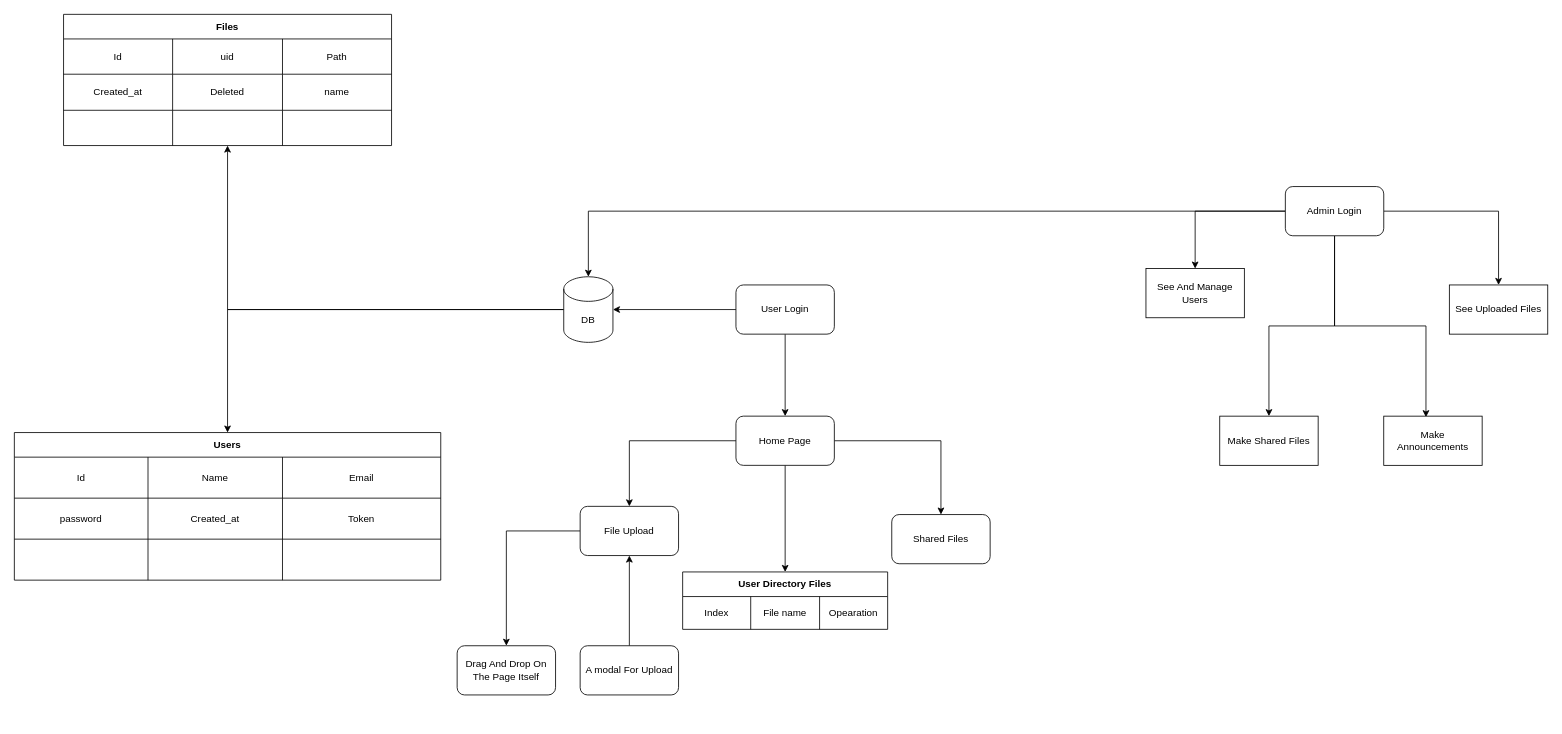
This is Untitled Diagram.drawio from KareemEl-Giushy/Diagrams, a draw.io file, before an edit. Source tidied: cells renumbered, new cells numbered last; positions are measured from the earlier drawing's top-left corner, leaving out a move shared by most shapes. Both pictures are drawn from the tidied source at 82%, with x=0, y=0 at pixel (14, 14).
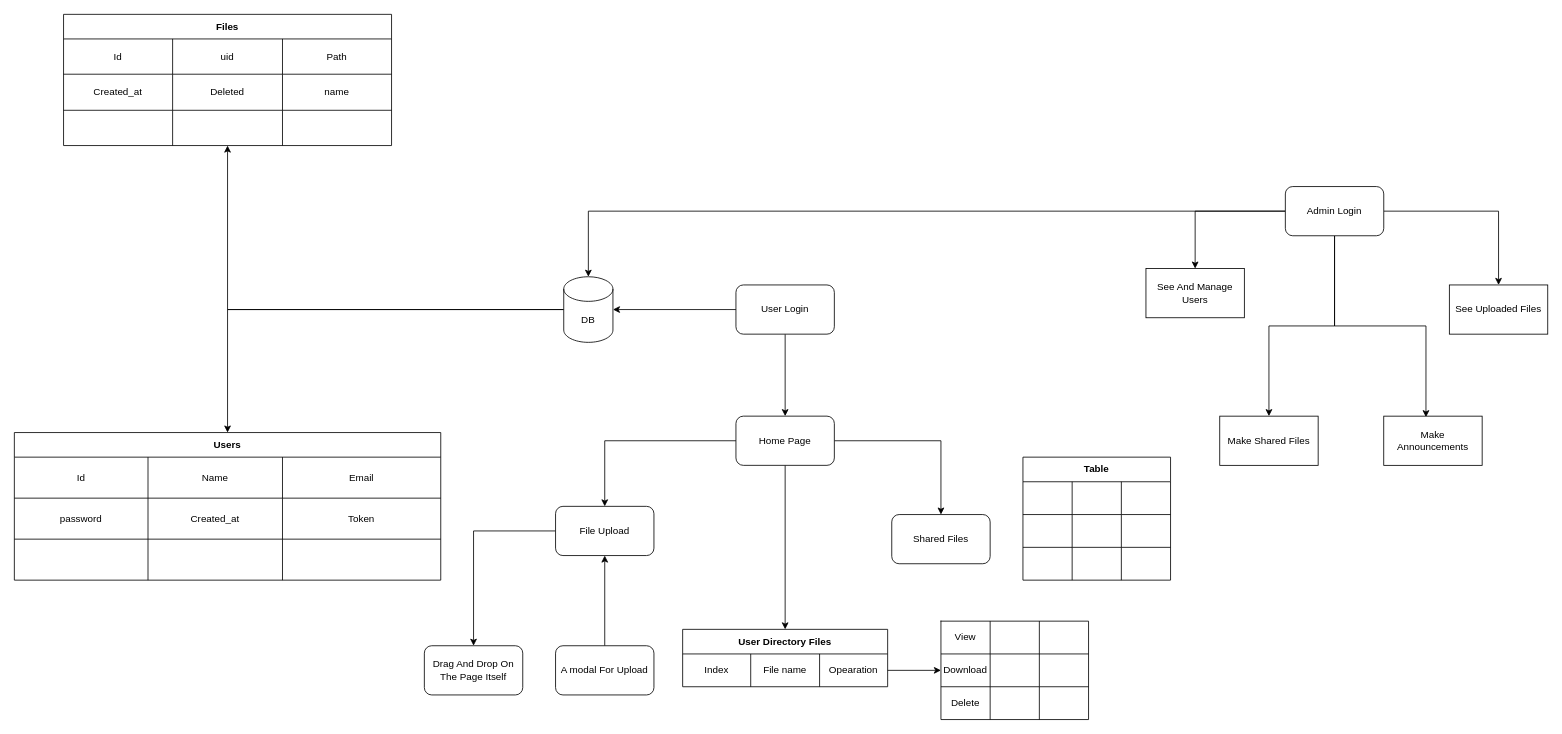
Above is the later version.

The change refers to these unchanged cells:
```xml
<mxCell id="52" style="shape=partialRectangle;html=1;whiteSpace=wrap;fillColor=none;top=0;left=0;bottom=0;right=0;points=[[0,0.5],[1,0.5]];portConstraint=eastwest;" parent="51" vertex="1">
  <mxGeometry y="30" width="250" height="40" as="geometry" />
</mxCell>
```

The edit, as a diff of the source:
```diff
@@
     <mxCell id="13" value="File Upload" style="rounded=1;whiteSpace=wrap;html=1;" parent="1" vertex="1">
-      <mxGeometry x="690" y="600" width="120" height="60" as="geometry" />
+      <mxGeometry x="660" y="600" width="120" height="60" as="geometry" />
     </mxCell>
@@
     <mxCell id="51" value="User Directory Files" style="shape=table;html=1;whiteSpace=wrap;startSize=30;childLayout=tableLayout;fontStyle=1;align=center;" parent="1" vertex="1">
-      <mxGeometry x="815" y="680" width="250" height="70" as="geometry" />
+      <mxGeometry x="815" y="750" width="250" height="70" as="geometry" />
     </mxCell>
@@
     <mxCell id="56" value="Drag And Drop On The Page Itself" style="rounded=1;whiteSpace=wrap;html=1;" parent="1" vertex="1">
-      <mxGeometry x="540" y="770" width="120" height="60" as="geometry" />
+      <mxGeometry x="500" y="770" width="120" height="60" as="geometry" />
     </mxCell>
@@
     <mxCell id="58" value="A modal For Upload" style="rounded=1;whiteSpace=wrap;html=1;" parent="1" vertex="1">
-      <mxGeometry x="690" y="770" width="120" height="60" as="geometry" />
+      <mxGeometry x="660" y="770" width="120" height="60" as="geometry" />
     </mxCell>
+    <mxCell id="59" style="edgeStyle=orthogonalEdgeStyle;rounded=0;jettySize=auto;html=1;entryX=0;entryY=0.5;entryDx=0;entryDy=0;" parent="1" edge="1" source="52" target="65">
+      <mxGeometry relative="1" as="geometry" />
+    </mxCell>
+    <mxCell id="60" style="shape=table;html=1;whiteSpace=wrap;startSize=0;childLayout=tableLayout;" parent="1" vertex="1">
+      <mxGeometry x="1130" y="740" width="180" height="120" as="geometry" />
+    </mxCell>
+    <mxCell id="61" style="shape=partialRectangle;html=1;whiteSpace=wrap;fillColor=none;top=0;left=0;bottom=0;right=0;" parent="60" vertex="1">
+      <mxGeometry width="180" height="40" as="geometry" />
+    </mxCell>
+    <mxCell id="62" value="View" style="shape=partialRectangle;html=1;whiteSpace=wrap;fillColor=none;top=0;left=0;bottom=0;right=0;overflow=hidden;" parent="61" vertex="1">
+      <mxGeometry width="60" height="40" as="geometry" />
+    </mxCell>
+    <mxCell id="63" style="shape=partialRectangle;html=1;whiteSpace=wrap;fillColor=none;top=0;left=0;bottom=0;right=0;overflow=hidden;" parent="61" vertex="1">
+      <mxGeometry x="60" width="60" height="40" as="geometry" />
+    </mxCell>
+    <mxCell id="64" style="shape=partialRectangle;html=1;whiteSpace=wrap;fillColor=none;top=0;left=0;bottom=0;right=0;overflow=hidden;" parent="61" vertex="1">
+      <mxGeometry x="120" width="60" height="40" as="geometry" />
+    </mxCell>
+    <mxCell id="65" style="shape=partialRectangle;html=1;whiteSpace=wrap;fillColor=none;top=0;left=0;bottom=0;right=0;points=[[0,0.5],[1,0.5]];portConstraint=eastwest;" parent="60" vertex="1">
+      <mxGeometry y="40" width="180" height="40" as="geometry" />
+    </mxCell>
+    <mxCell id="66" value="Download" style="shape=partialRectangle;html=1;whiteSpace=wrap;fillColor=none;top=0;left=0;bottom=0;right=0;overflow=hidden;" parent="65" vertex="1">
+      <mxGeometry width="60" height="40" as="geometry" />
+    </mxCell>
+    <mxCell id="67" style="shape=partialRectangle;html=1;whiteSpace=wrap;fillColor=none;top=0;left=0;bottom=0;right=0;overflow=hidden;" parent="65" vertex="1">
+      <mxGeometry x="60" width="60" height="40" as="geometry" />
+    </mxCell>
+    <mxCell id="68" style="shape=partialRectangle;html=1;whiteSpace=wrap;fillColor=none;top=0;left=0;bottom=0;right=0;overflow=hidden;" parent="65" vertex="1">
+      <mxGeometry x="120" width="60" height="40" as="geometry" />
+    </mxCell>
+    <mxCell id="69" style="shape=partialRectangle;html=1;whiteSpace=wrap;fillColor=none;top=0;left=0;bottom=0;right=0;" parent="60" vertex="1">
+      <mxGeometry y="80" width="180" height="40" as="geometry" />
+    </mxCell>
+    <mxCell id="70" value="Delete" style="shape=partialRectangle;html=1;whiteSpace=wrap;fillColor=none;top=0;left=0;bottom=0;right=0;overflow=hidden;" parent="69" vertex="1">
+      <mxGeometry width="60" height="40" as="geometry" />
+    </mxCell>
+    <mxCell id="71" style="shape=partialRectangle;html=1;whiteSpace=wrap;fillColor=none;top=0;left=0;bottom=0;right=0;overflow=hidden;" parent="69" vertex="1">
+      <mxGeometry x="60" width="60" height="40" as="geometry" />
+    </mxCell>
+    <mxCell id="72" style="shape=partialRectangle;html=1;whiteSpace=wrap;fillColor=none;top=0;left=0;bottom=0;right=0;overflow=hidden;" parent="69" vertex="1">
+      <mxGeometry x="120" width="60" height="40" as="geometry" />
+    </mxCell>
+    <mxCell id="73" value="Table" style="shape=table;html=1;whiteSpace=wrap;startSize=30;childLayout=tableLayout;fontStyle=1;align=center;" parent="1" vertex="1">
+      <mxGeometry x="1230" y="540" width="180" height="150" as="geometry" />
+    </mxCell>
+    <mxCell id="74" style="shape=partialRectangle;html=1;whiteSpace=wrap;fillColor=none;top=0;left=0;bottom=0;right=0;" parent="73" vertex="1">
+      <mxGeometry y="30" width="180" height="40" as="geometry" />
+    </mxCell>
+    <mxCell id="75" style="shape=partialRectangle;html=1;whiteSpace=wrap;fillColor=none;top=0;left=0;bottom=0;right=0;overflow=hidden;" parent="74" vertex="1">
+      <mxGeometry width="60" height="40" as="geometry" />
+    </mxCell>
+    <mxCell id="76" style="shape=partialRectangle;html=1;whiteSpace=wrap;fillColor=none;top=0;left=0;bottom=0;right=0;overflow=hidden;" parent="74" vertex="1">
+      <mxGeometry x="60" width="60" height="40" as="geometry" />
+    </mxCell>
+    <mxCell id="77" style="shape=partialRectangle;html=1;whiteSpace=wrap;fillColor=none;top=0;left=0;bottom=0;right=0;overflow=hidden;" parent="74" vertex="1">
+      <mxGeometry x="120" width="60" height="40" as="geometry" />
+    </mxCell>
+    <mxCell id="78" style="shape=partialRectangle;html=1;whiteSpace=wrap;fillColor=none;top=0;left=0;bottom=0;right=0;" parent="73" vertex="1">
+      <mxGeometry y="70" width="180" height="40" as="geometry" />
+    </mxCell>
+    <mxCell id="79" style="shape=partialRectangle;html=1;whiteSpace=wrap;fillColor=none;top=0;left=0;bottom=0;right=0;overflow=hidden;" parent="78" vertex="1">
+      <mxGeometry width="60" height="40" as="geometry" />
+    </mxCell>
+    <mxCell id="80" style="shape=partialRectangle;html=1;whiteSpace=wrap;fillColor=none;top=0;left=0;bottom=0;right=0;overflow=hidden;" parent="78" vertex="1">
+      <mxGeometry x="60" width="60" height="40" as="geometry" />
+    </mxCell>
+    <mxCell id="81" style="shape=partialRectangle;html=1;whiteSpace=wrap;fillColor=none;top=0;left=0;bottom=0;right=0;overflow=hidden;" parent="78" vertex="1">
+      <mxGeometry x="120" width="60" height="40" as="geometry" />
+    </mxCell>
+    <mxCell id="82" style="shape=partialRectangle;html=1;whiteSpace=wrap;fillColor=none;top=0;left=0;bottom=0;right=0;" parent="73" vertex="1">
+      <mxGeometry y="110" width="180" height="40" as="geometry" />
+    </mxCell>
+    <mxCell id="83" style="shape=partialRectangle;html=1;whiteSpace=wrap;fillColor=none;top=0;left=0;bottom=0;right=0;overflow=hidden;" parent="82" vertex="1">
+      <mxGeometry width="60" height="40" as="geometry" />
+    </mxCell>
+    <mxCell id="84" style="shape=partialRectangle;html=1;whiteSpace=wrap;fillColor=none;top=0;left=0;bottom=0;right=0;overflow=hidden;" parent="82" vertex="1">
+      <mxGeometry x="60" width="60" height="40" as="geometry" />
+    </mxCell>
+    <mxCell id="85" style="shape=partialRectangle;html=1;whiteSpace=wrap;fillColor=none;top=0;left=0;bottom=0;right=0;overflow=hidden;" parent="82" vertex="1">
+      <mxGeometry x="120" width="60" height="40" as="geometry" />
+    </mxCell>
```
